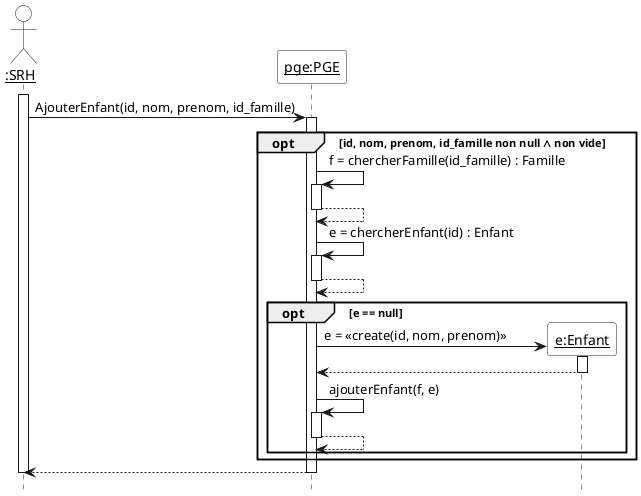
This is Diagrammes/pge_uml_diag_seq_ajouter_un_enfant.png from yasminebelmaaziz/dev_logiciel, a PlantUML export, as it was before one commit.
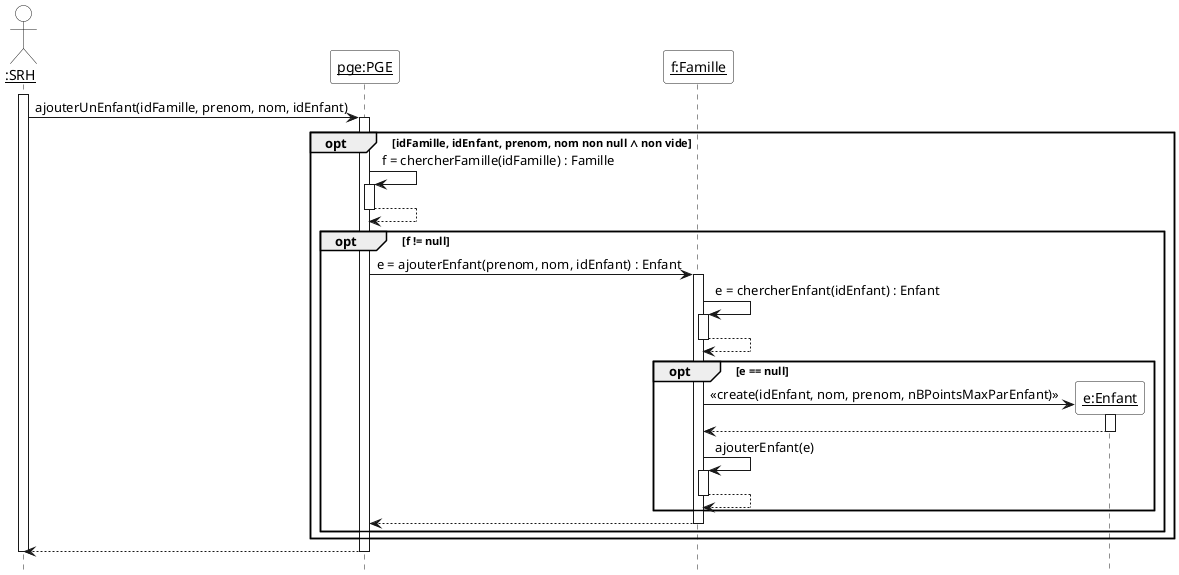
The same diagram one commit later.

Commit message:
Modification diagramme sequence ajouter un enfant

Diff of the diagram source:
```diff
@@ -5,23 +5,30 @@
 
 actor "__:SRH__" as srh
 participant "__pge:PGE__" as pge
+participant "__f:Famille__" as f
 
 activate srh
-srh -> pge ++ : AjouterEnfant(id, nom, prenom, id_famille)
+srh -> pge ++ : ajouterUnEnfant(idFamille, prenom, nom, idEnfant)
 
-opt id, nom, prenom, id_famille non null ∧ non vide
-  pge -> pge ++ : f = chercherFamille(id_famille) : Famille
+opt idFamille, idEnfant, prenom, nom non null ∧ non vide
+  pge -> pge ++ : f = chercherFamille(idFamille) : Famille
   return
 
-  pge -> pge ++ : e = chercherEnfant(id) : Enfant
-  return
+  opt f != null
+    pge -> f ++ : e = ajouterEnfant(prenom, nom, idEnfant) : Enfant
 
-  opt e == null
-    create "__e:Enfant__" as e
-    pge -> e ++ : e = <<create(id, nom, prenom)>>
+    f -> f ++ : e = chercherEnfant(idEnfant) : Enfant
     return
 
-    pge -> pge ++ : ajouterEnfant(f, e)
+    opt e == null
+      create "__e:Enfant__" as e
+      f -> e ++ : <<create(idEnfant, nom, prenom, nBPointsMaxParEnfant)>>
+      return
+
+      f -> f ++ : ajouterEnfant(e)
+      return
+    end
+
     return
   end
 end
```
